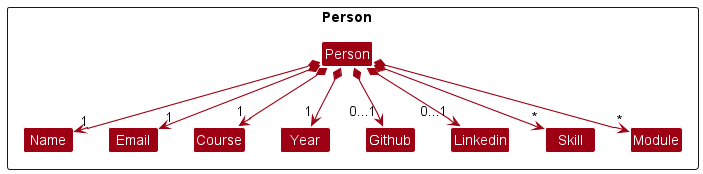
Earlier version of the PlantUML export docs/images/PersonClassDiagram.png (nus-cs2103-AY2223S2/tp).
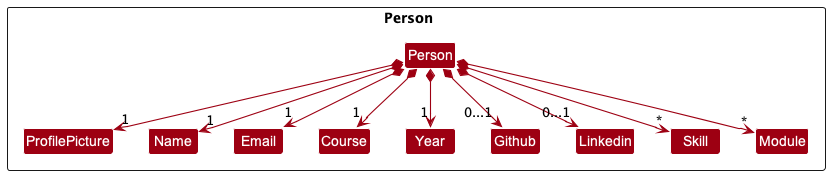
The same file after the commit.

Diff of the diagram source:
```diff
@@ -14,9 +14,10 @@
 Class Module
 Class Course
 Class Year
+Class ProfilePicture
 }
 
-
+Person *--> "1" ProfilePicture
 Person *--> "1" Name
 Person *--> "1" Course
 Person *--> "1" Year
@@ -26,6 +27,7 @@
 Person *--> "*" Skill
 Person *--> "*" Module
 
+ProfilePicture -[hidden]right-> Name
 Name -[hidden]right-> Email
 Email -[hidden]right-> Course
 Course -[hidden]right-> Year
```
